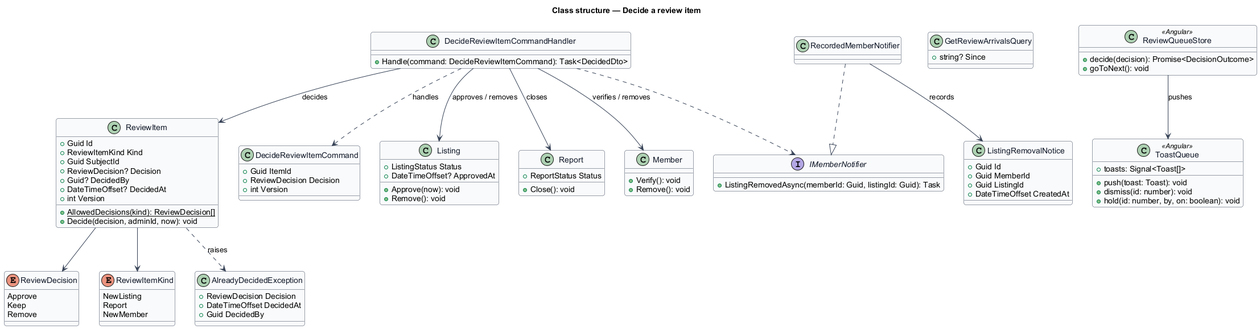
Above: docs/detailed-designs/review/decide-review-item/diagrams/class-structure.png in QuinntyneBrown/christian-rent (PlantUML), before the change.
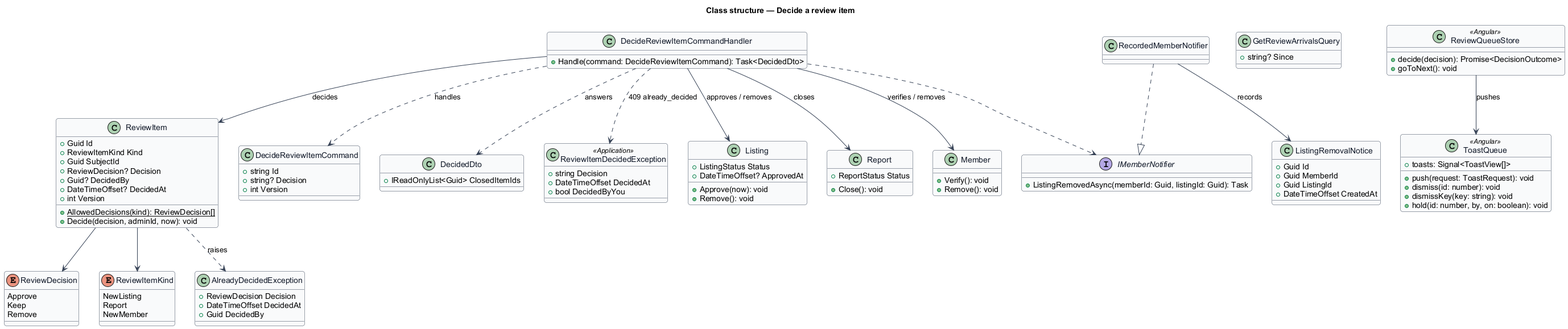
After the change.

The edit, as a diff of the source:
```diff
@@ -33,9 +33,17 @@
   +Decide(decision, adminId, now): void
 }
 class DecideReviewItemCommand {
-  +Guid ItemId
-  +ReviewDecision Decision
+  +string Id
+  +string? Decision
   +int Version
+}
+class DecidedDto {
+  +IReadOnlyList<Guid> ClosedItemIds
+}
+class ReviewItemDecidedException <<Application>> {
+  +string Decision
+  +DateTimeOffset DecidedAt
+  +bool DecidedByYou
 }
 class DecideReviewItemCommandHandler {
   +Handle(command: DecideReviewItemCommand): Task<DecidedDto>
@@ -77,15 +85,18 @@
   +goToNext(): void
 }
 class ToastQueue <<Angular>> {
-  +toasts: Signal<Toast[]>
-  +push(toast: Toast): void
+  +toasts: Signal<ToastView[]>
+  +push(request: ToastRequest): void
   +dismiss(id: number): void
+  +dismissKey(key: string): void
   +hold(id: number, by, on: boolean): void
 }
 ReviewItem --> ReviewItemKind
 ReviewItem --> ReviewDecision
 ReviewItem ..> AlreadyDecidedException : raises
 DecideReviewItemCommandHandler ..> DecideReviewItemCommand : handles
+DecideReviewItemCommandHandler ..> DecidedDto : answers
+DecideReviewItemCommandHandler ..> ReviewItemDecidedException : 409 already_decided
 DecideReviewItemCommandHandler --> ReviewItem : decides
 DecideReviewItemCommandHandler --> Listing : approves / removes
 DecideReviewItemCommandHandler --> Report : closes
```
